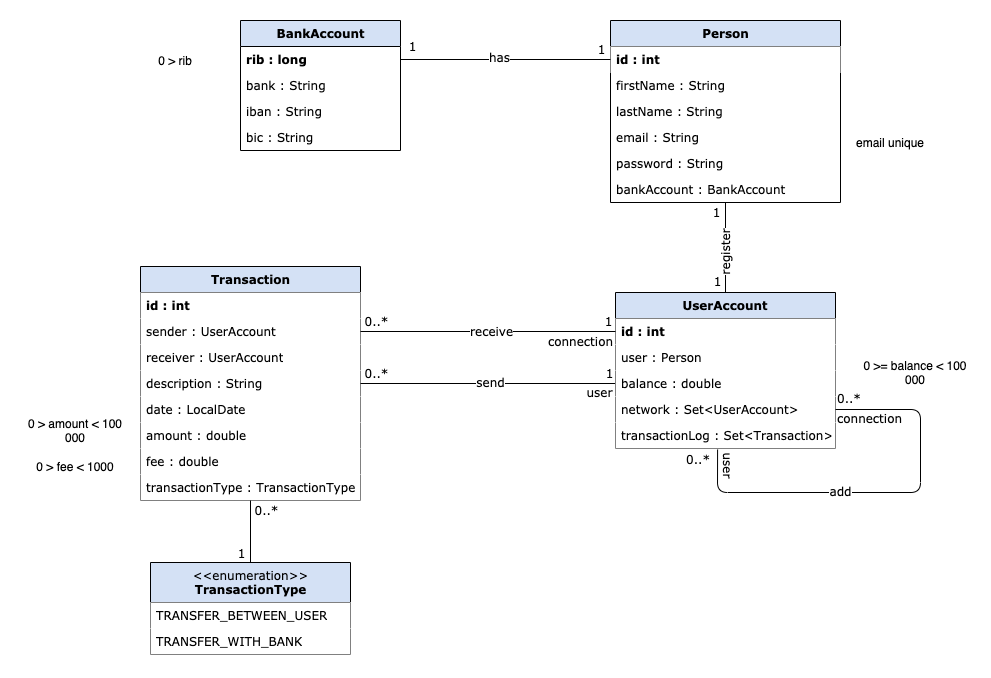
Above: src/main/resources/static/Buddy_UML.png in June-Ruth/PayMyBuddy (draw.io), before the change. Source tidied: cells renumbered, new cells last; positions are measured from the earlier drawing's top-left corner, leaving out a move shared by most shapes.
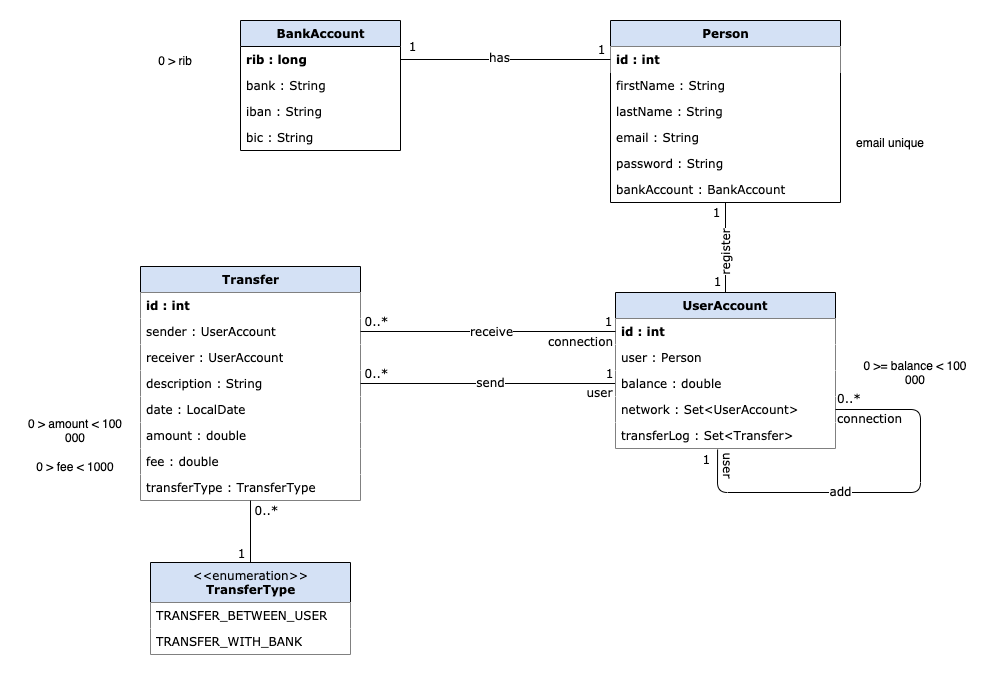
After the commit.

The edit, as a diff of the source:
```diff
@@ -2,7 +2,7 @@
   <root>
     <mxCell id="0" />
     <mxCell id="1" parent="0" />
-    <mxCell id="2" value="Transaction" style="swimlane;html=1;fontStyle=1;horizontal=1;startSize=26;fillColor=#D4E1F5;swimlaneFillColor=#ffffff;rounded=0;shadow=0;comic=0;labelBackgroundColor=none;strokeWidth=1;fontFamily=Verdana;fontSize=12;align=center;" parent="1" vertex="1">
+    <mxCell id="2" value="Transfer" style="swimlane;html=1;fontStyle=1;horizontal=1;startSize=26;fillColor=#D4E1F5;swimlaneFillColor=#ffffff;rounded=0;shadow=0;comic=0;labelBackgroundColor=none;strokeWidth=1;fontFamily=Verdana;fontSize=12;align=center;" parent="1" vertex="1">
       <mxGeometry x="120" y="246" width="220" height="234" as="geometry" />
     </mxCell>
     <mxCell id="3" value="id : int" style="text;strokeColor=none;fillColor=#FFFFFF;align=left;verticalAlign=top;spacingLeft=4;spacingRight=4;overflow=hidden;fontFamily=Verdana;fontSize=12;fontStyle=1;" parent="2" vertex="1">
@@ -26,7 +26,7 @@
     <mxCell id="9" value="fee : double" style="text;html=1;align=left;verticalAlign=top;spacingLeft=4;spacingRight=4;whiteSpace=wrap;overflow=hidden;fontSize=12;fontFamily=Verdana;fillColor=#FFFFFF;" parent="2" vertex="1">
       <mxGeometry y="182" width="220" height="26" as="geometry" />
     </mxCell>
-    <mxCell id="10" value="transactionType : TransactionType" style="text;html=1;align=left;verticalAlign=top;spacingLeft=4;spacingRight=4;whiteSpace=wrap;overflow=hidden;fontSize=12;fontFamily=Verdana;fillColor=#FFFFFF;" parent="2" vertex="1">
+    <mxCell id="10" value="transferType : TransferType" style="text;html=1;align=left;verticalAlign=top;spacingLeft=4;spacingRight=4;whiteSpace=wrap;overflow=hidden;fontSize=12;fontFamily=Verdana;fillColor=#FFFFFF;" parent="2" vertex="1">
       <mxGeometry y="208" width="220" height="26" as="geometry" />
     </mxCell>
     <mxCell id="11" value="Person" style="swimlane;html=1;fontStyle=1;horizontal=1;startSize=26;fillColor=#D4E1F5;swimlaneFillColor=#ffffff;rounded=0;shadow=0;comic=0;labelBackgroundColor=none;strokeWidth=1;fontFamily=Verdana;fontSize=12;align=center;" parent="1" vertex="1">
@@ -125,7 +125,7 @@
     <mxCell id="37" value="network : Set&lt;UserAccount&gt;" style="text;strokeColor=none;fillColor=#FFFFFF;align=left;verticalAlign=top;spacingLeft=4;spacingRight=4;overflow=hidden;fontSize=12;fontFamily=Verdana;" parent="32" vertex="1">
       <mxGeometry y="104" width="220" height="26" as="geometry" />
     </mxCell>
-    <mxCell id="38" value="transactionLog : Set&lt;Transaction&gt;" style="text;strokeColor=none;fillColor=#FFFFFF;align=left;verticalAlign=top;spacingLeft=4;spacingRight=4;overflow=hidden;points=[[0,0.5],[1,0.5]];portConstraint=eastwest;fontSize=12;fontFamily=Verdana;" parent="32" vertex="1">
+    <mxCell id="38" value="transferLog : Set&lt;Transfer&gt;" style="text;strokeColor=none;fillColor=#FFFFFF;align=left;verticalAlign=top;spacingLeft=4;spacingRight=4;overflow=hidden;points=[[0,0.5],[1,0.5]];portConstraint=eastwest;fontSize=12;fontFamily=Verdana;" parent="32" vertex="1">
       <mxGeometry y="130" width="220" height="26" as="geometry" />
     </mxCell>
     <mxCell id="39" style="endArrow=none;endFill=0;endSize=24;html=1;exitX=0.464;exitY=1.038;exitDx=0;exitDy=0;entryX=1;entryY=0.75;entryDx=0;entryDy=0;fontSize=12;fontFamily=Verdana;exitPerimeter=0;" parent="32" edge="1" source="38" target="32">
@@ -142,7 +142,7 @@
         <mxPoint x="-60.6" y="-6" as="offset" />
       </mxGeometry>
     </mxCell>
-    <mxCell id="41" value="0..*" style="edgeLabel;html=1;align=right;verticalAlign=middle;fontSize=12;fontFamily=Verdana;labelPosition=left;verticalLabelPosition=middle;" parent="39" vertex="1">
+    <mxCell id="41" value="1" style="edgeLabel;html=1;align=right;verticalAlign=middle;fontSize=12;fontFamily=Verdana;labelPosition=left;verticalLabelPosition=middle;" parent="39" vertex="1">
       <mxGeometry x="-0.9" y="-1" relative="1" as="geometry">
         <mxPoint x="-6.1" y="-11" as="offset" />
       </mxGeometry>
@@ -181,7 +181,7 @@
         <mxPoint x="728.1" y="527" as="targetPoint" />
       </mxGeometry>
     </mxCell>
-    <mxCell id="49" value="&lt;span style=&quot;font-weight: normal&quot;&gt;&amp;lt;&amp;lt;enumeration&amp;gt;&amp;gt;&lt;br&gt;&lt;/span&gt;TransactionType" style="swimlane;html=1;fontStyle=1;horizontal=1;startSize=40;fillColor=#D4E1F5;swimlaneFillColor=#ffffff;rounded=0;shadow=0;comic=0;labelBackgroundColor=none;strokeWidth=1;fontFamily=Verdana;fontSize=12;align=center;" parent="1" vertex="1">
+    <mxCell id="49" value="&lt;span style=&quot;font-weight: normal&quot;&gt;&amp;lt;&amp;lt;enumeration&amp;gt;&amp;gt;&lt;br&gt;&lt;/span&gt;TransferType" style="swimlane;html=1;fontStyle=1;horizontal=1;startSize=40;fillColor=#D4E1F5;swimlaneFillColor=#ffffff;rounded=0;shadow=0;comic=0;labelBackgroundColor=none;strokeWidth=1;fontFamily=Verdana;fontSize=12;align=center;" parent="1" vertex="1">
       <mxGeometry x="130" y="542" width="200" height="92" as="geometry" />
     </mxCell>
     <mxCell id="50" value="TRANSFER_BETWEEN_USER" style="text;html=1;fillColor=#FFFFFF;align=left;verticalAlign=top;spacingLeft=4;spacingRight=4;whiteSpace=wrap;overflow=hidden;fontSize=12;fontFamily=Verdana;" parent="49" vertex="1">
```
